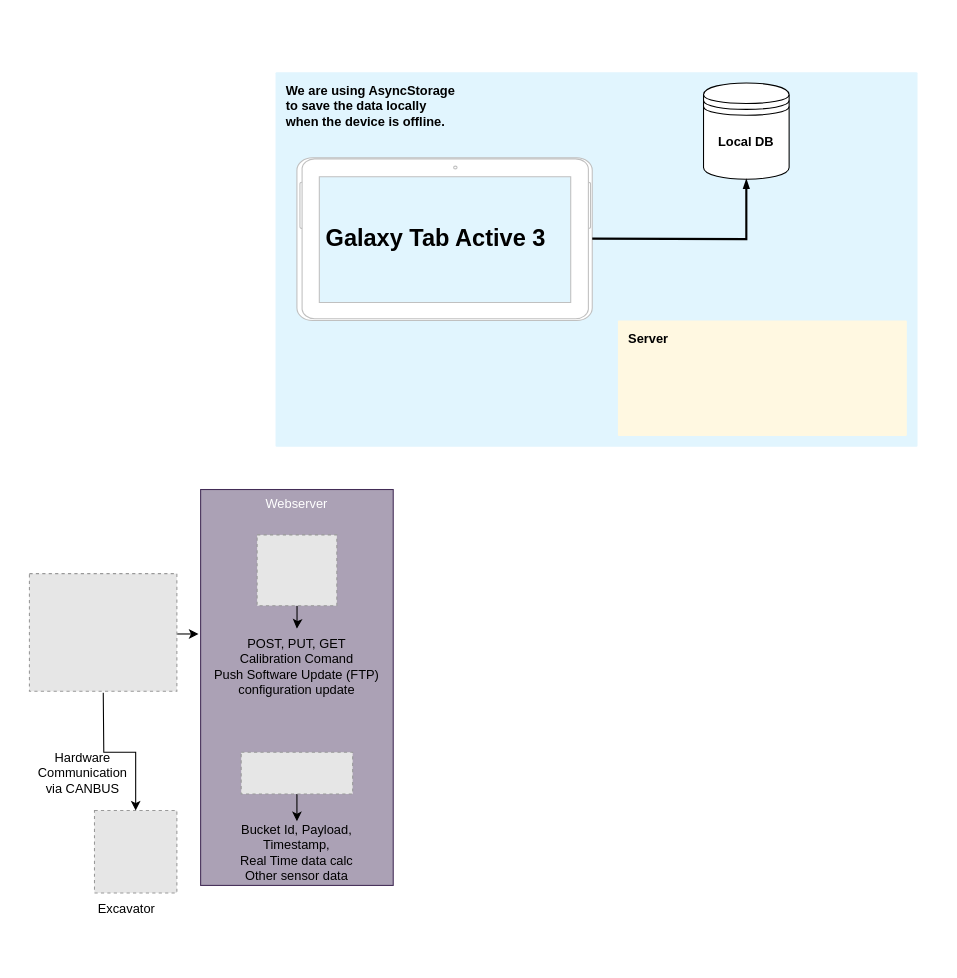
Raptor-Tech/Diagram keeps this draw.io diagram as PayloadAppUpdated.drawio. Above is the earlier version. Source tidied: cells renumbered, new cells numbered last; positions are measured from the earlier drawing's top-left corner, leaving out a move shared by most shapes. Both pictures are drawn from the tidied source at 107%, with x=0, y=0 at pixel (29, 72). Pictures stored in the file or linked from it are replaced by grey dashed boxes.
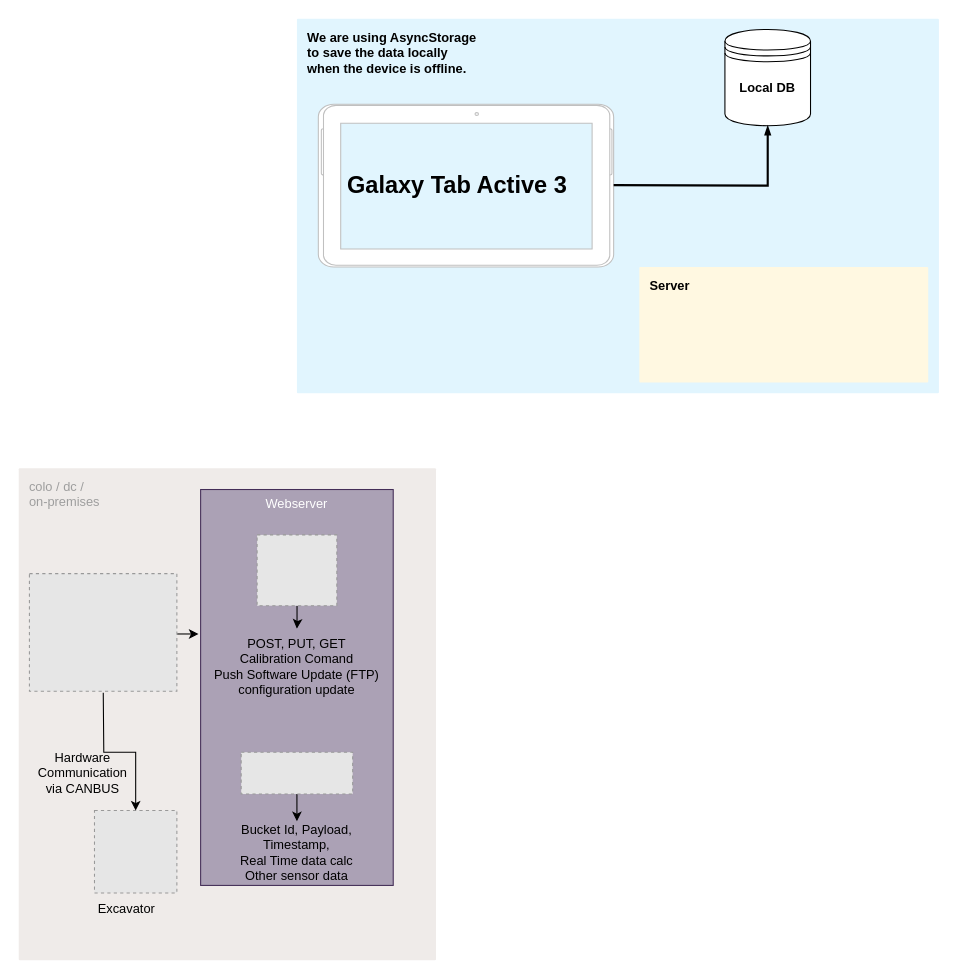
The same diagram, later.

Change to the diagram source:
```diff
@@
+    <mxCell id="23" value="colo / dc /&#10;on-premises" style="sketch=0;rounded=1;absoluteArcSize=1;arcSize=2;html=1;strokeColor=none;gradientColor=none;shadow=0;dashed=0;fontSize=12;fontColor=#9E9E9E;align=left;verticalAlign=top;spacing=10;spacingTop=-4;whiteSpace=wrap;fillColor=#EFEBE9;" parent="1" vertex="1">
+      <mxGeometry x="-10" y="370" width="390" height="460" as="geometry" />
+    </mxCell>
     <mxCell id="2" value="&lt;b&gt;&lt;font color=&quot;#000000&quot;&gt;We are using AsyncStorage&lt;br&gt;to save the data locally&lt;br&gt;when the device is offline.&amp;nbsp;&lt;/font&gt;&lt;/b&gt;" style="sketch=0;rounded=1;absoluteArcSize=1;arcSize=2;html=1;strokeColor=none;gradientColor=none;shadow=0;dashed=0;fontSize=12;fontColor=#9E9E9E;align=left;verticalAlign=top;spacing=10;spacingTop=-4;whiteSpace=wrap;fillColor=#E1F5FE;" parent="1" vertex="1">
-      <mxGeometry x="230" width="600" height="350" as="geometry" />
+      <mxGeometry x="250" y="-50" width="600" height="350" as="geometry" />
     </mxCell>
     <mxCell id="3" style="verticalLabelPosition=bottom;verticalAlign=top;html=1;shadow=0;dashed=0;strokeWidth=1;shape=mxgraph.android.tab2;strokeColor=#c0c0c0;direction=north;" parent="1" vertex="1">
-      <mxGeometry x="250" y="80" width="276" height="152" as="geometry" />
+      <mxGeometry x="270" y="30" width="276" height="152" as="geometry" />
     </mxCell>
     <mxCell id="4" style="shape=datastore;whiteSpace=wrap;html=1;" parent="1" vertex="1">
-      <mxGeometry x="630" y="10" width="80" height="90" as="geometry" />
+      <mxGeometry x="650" y="-40" width="80" height="90" as="geometry" />
     </mxCell>
     <mxCell id="5" style="edgeStyle=orthogonalEdgeStyle;fontSize=12;html=1;endArrow=blockThin;endFill=1;rounded=0;strokeWidth=2;endSize=4;startSize=4;dashed=0;strokeColor=#000000;entryX=0.5;entryY=1;entryDx=0;entryDy=0;" parent="1" edge="1" target="4">
       <mxGeometry relative="1" as="geometry">
-        <mxPoint x="526" y="155.5" as="sourcePoint" />
+        <mxPoint x="546" y="105.5" as="sourcePoint" />
       </mxGeometry>
     </mxCell>
     <mxCell id="6" value="&lt;b&gt;&lt;font style=&quot;font-size: 22px;&quot;&gt;Galaxy Tab Active 3&lt;/font&gt;&lt;/b&gt;" style="text;strokeColor=none;align=center;fillColor=none;html=1;verticalAlign=middle;whiteSpace=wrap;rounded=0;" parent="1" vertex="1">
-      <mxGeometry x="260" y="141" width="240" height="30" as="geometry" />
+      <mxGeometry x="280" y="91" width="240" height="30" as="geometry" />
     </mxCell>
     <mxCell id="7" value="&lt;b&gt;Local DB&lt;/b&gt;" style="text;strokeColor=none;align=center;fillColor=none;html=1;verticalAlign=middle;whiteSpace=wrap;rounded=0;" parent="1" vertex="1">
-      <mxGeometry x="640" y="50" width="60" height="30" as="geometry" />
+      <mxGeometry x="660" width="60" height="30" as="geometry" />
     </mxCell>
     <mxCell id="8" value="&lt;b&gt;&lt;font color=&quot;#000000&quot;&gt;Server&lt;/font&gt;&lt;/b&gt;" style="sketch=0;rounded=1;absoluteArcSize=1;arcSize=2;html=1;strokeColor=none;gradientColor=none;shadow=0;dashed=0;fontSize=12;fontColor=#9E9E9E;align=left;verticalAlign=top;spacing=10;spacingTop=-4;whiteSpace=wrap;fillColor=#FFF8E1;" parent="1" vertex="1">
-      <mxGeometry x="550" y="232" width="270" height="108" as="geometry" />
+      <mxGeometry x="570" y="182" width="270" height="108" as="geometry" />
     </mxCell>
```
